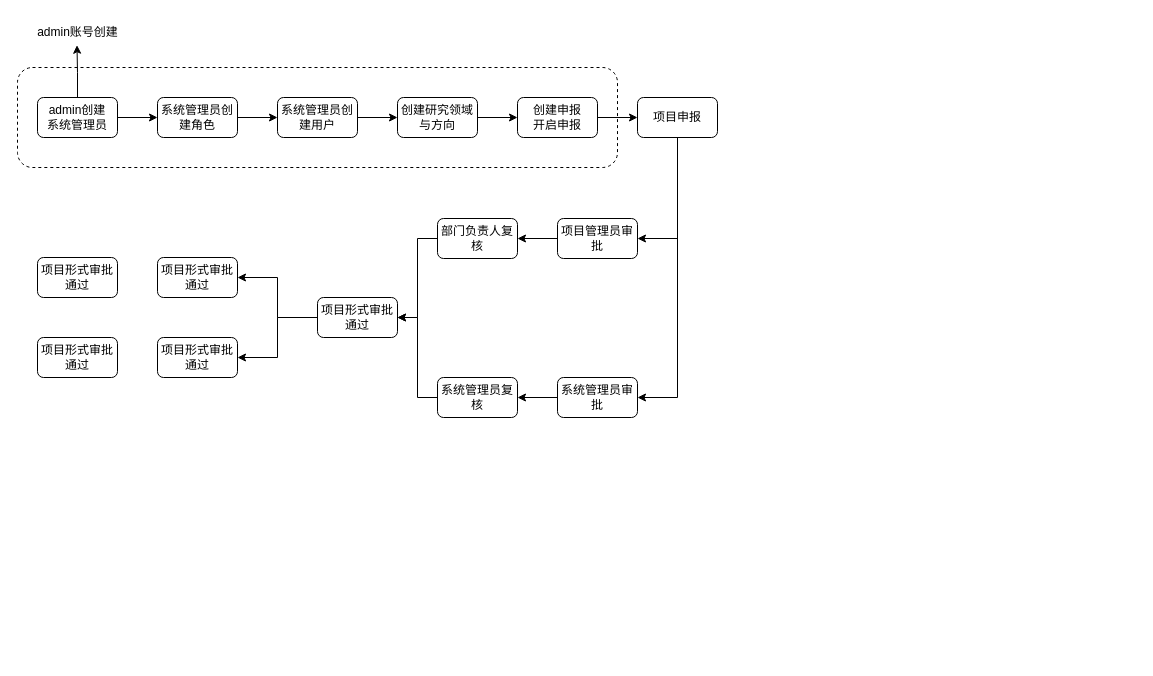
Before: 智慧科研管理平台使用全景图.drawio in xiaosaweige/draw, a draw.io diagram. Source tidied: cells renumbered, new cells numbered last; positions are measured from the earlier drawing's top-left corner, leaving out a move shared by most shapes. Both pictures are drawn from the tidied source at 100%, with x=0, y=0 at pixel (17, 17).
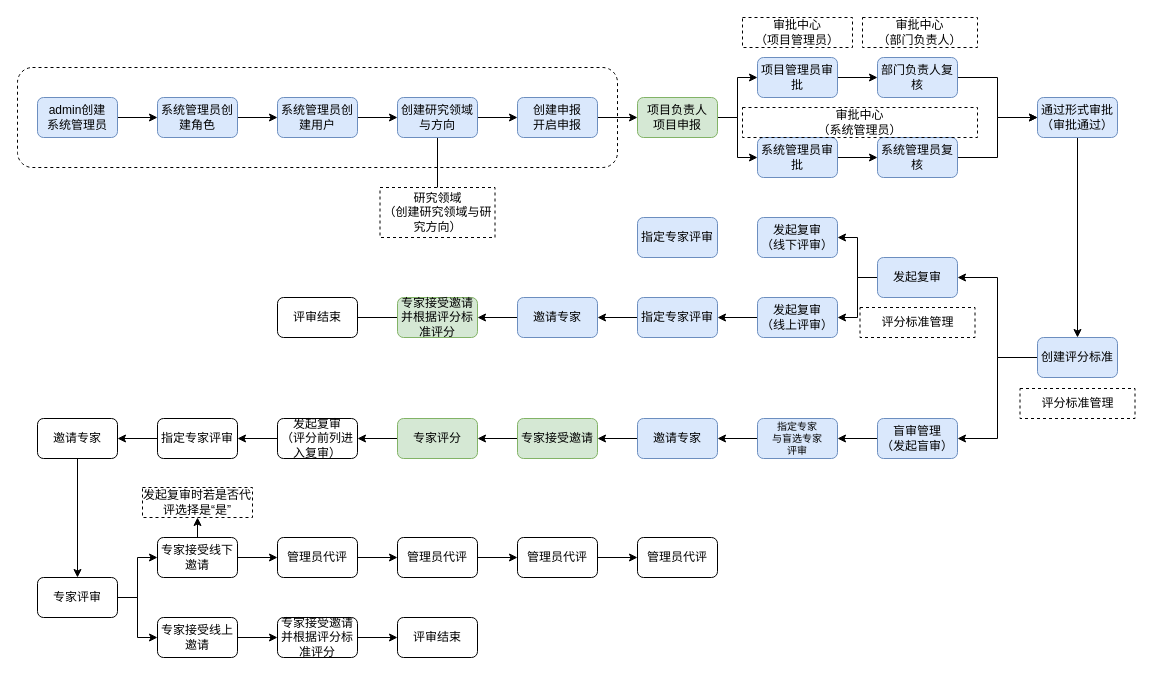
The same page after the edit.

Commit message (it also covers changes not shown here):
更新智慧科研管理平台使用全景图.drawio

Diff of the diagram source:
```diff
@@
-    <mxCell id="4" style="edgeStyle=orthogonalEdgeStyle;rounded=0;jettySize=auto;html=1;exitX=0.5;exitY=0;exitDx=0;exitDy=0;entryX=0.495;entryY=0.924;entryDx=0;entryDy=0;entryPerimeter=0;" parent="1" edge="1" source="5" target="10">
-      <mxGeometry relative="1" as="geometry" />
-    </mxCell>
-    <mxCell id="5" value="admin创建&lt;br&gt;系统管理员" style="rounded=1;whiteSpace=wrap;html=1;" parent="1" vertex="1">
+    <mxCell id="5" value="admin创建&lt;br&gt;系统管理员" style="rounded=1;whiteSpace=wrap;html=1;fillColor=#dae8fc;strokeColor=#6c8ebf;" parent="1" vertex="1">
       <mxGeometry x="20" y="80" width="80" height="40" as="geometry" />
     </mxCell>
@@
-    <mxCell id="7" value="系统管理员创建角色" style="rounded=1;whiteSpace=wrap;html=1;" parent="1" vertex="1">
+    <mxCell id="7" value="系统管理员创建角色" style="rounded=1;whiteSpace=wrap;html=1;fillColor=#dae8fc;strokeColor=#6c8ebf;" parent="1" vertex="1">
       <mxGeometry x="140" y="80" width="80" height="40" as="geometry" />
     </mxCell>
@@
-    <mxCell id="9" value="创建申报&lt;br&gt;开启申报" style="rounded=1;whiteSpace=wrap;html=1;" parent="1" vertex="1">
+    <mxCell id="9" value="创建申报&lt;br&gt;开启申报" style="rounded=1;whiteSpace=wrap;html=1;fillColor=#dae8fc;strokeColor=#6c8ebf;" parent="1" vertex="1">
       <mxGeometry x="500" y="80" width="80" height="40" as="geometry" />
     </mxCell>
-    <mxCell id="10" value="admin账号创建" style="text;html=1;align=center;verticalAlign=middle;points=[];strokeColor=none;fillColor=none;" parent="1" vertex="1">
-      <mxGeometry x="10" width="100" height="30" as="geometry" />
-    </mxCell>
-    <mxCell id="11" style="edgeStyle=orthogonalEdgeStyle;rounded=0;jettySize=auto;html=1;exitX=0.5;exitY=1;exitDx=0;exitDy=0;entryX=1;entryY=0.5;entryDx=0;entryDy=0;" parent="1" edge="1" source="13" target="19">
+    <mxCell id="11" style="edgeStyle=orthogonalEdgeStyle;rounded=0;jettySize=auto;html=1;exitX=1;exitY=0.5;exitDx=0;exitDy=0;entryX=0;entryY=0.5;entryDx=0;entryDy=0;" parent="1" edge="1" source="13" target="19">
       <mxGeometry relative="1" as="geometry" />
     </mxCell>
-    <mxCell id="12" style="edgeStyle=orthogonalEdgeStyle;rounded=0;jettySize=auto;html=1;exitX=0.5;exitY=1;exitDx=0;exitDy=0;entryX=1;entryY=0.5;entryDx=0;entryDy=0;" parent="1" edge="1" source="13" target="30">
+    <mxCell id="12" style="edgeStyle=orthogonalEdgeStyle;rounded=0;jettySize=auto;html=1;exitX=1;exitY=0.5;exitDx=0;exitDy=0;entryX=0;entryY=0.5;entryDx=0;entryDy=0;" parent="1" edge="1" source="13" target="30">
       <mxGeometry relative="1" as="geometry" />
     </mxCell>
-    <mxCell id="13" value="项目申报" style="rounded=1;whiteSpace=wrap;html=1;" parent="1" vertex="1">
+    <mxCell id="13" value="项目负责人&lt;br&gt;项目申报" style="rounded=1;whiteSpace=wrap;html=1;fillColor=#d5e8d4;strokeColor=#82b366;" parent="1" vertex="1">
       <mxGeometry x="620" y="80" width="80" height="40" as="geometry" />
     </mxCell>
@@
+    <mxCell id="33" style="edgeStyle=orthogonalEdgeStyle;rounded=0;jettySize=auto;html=1;exitX=0.5;exitY=1;exitDx=0;exitDy=0;entryX=0.5;entryY=0;entryDx=0;entryDy=0;endArrow=none;endFill=0;" parent="1" edge="1" source="15" target="87">
+      <mxGeometry relative="1" as="geometry" />
+    </mxCell>
-    <mxCell id="15" value="创建研究领域与方向" style="rounded=1;whiteSpace=wrap;html=1;" parent="1" vertex="1">
+    <mxCell id="15" value="创建研究领域与方向" style="rounded=1;whiteSpace=wrap;html=1;fillColor=#dae8fc;strokeColor=#6c8ebf;" parent="1" vertex="1">
       <mxGeometry x="380" y="80" width="80" height="40" as="geometry" />
     </mxCell>
@@
-    <mxCell id="17" value="系统管理员创建用户" style="rounded=1;whiteSpace=wrap;html=1;" parent="1" vertex="1">
+    <mxCell id="17" value="系统管理员创建用户" style="rounded=1;whiteSpace=wrap;html=1;fillColor=#dae8fc;strokeColor=#6c8ebf;" parent="1" vertex="1">
       <mxGeometry x="260" y="80" width="80" height="40" as="geometry" />
     </mxCell>
-    <mxCell id="18" style="edgeStyle=orthogonalEdgeStyle;rounded=0;jettySize=auto;html=1;exitX=0;exitY=0.5;exitDx=0;exitDy=0;entryX=1;entryY=0.5;entryDx=0;entryDy=0;" parent="1" edge="1" source="19" target="21">
+    <mxCell id="18" style="edgeStyle=orthogonalEdgeStyle;rounded=0;jettySize=auto;html=1;exitX=1;exitY=0.5;exitDx=0;exitDy=0;" parent="1" edge="1" source="19" target="21">
       <mxGeometry relative="1" as="geometry" />
     </mxCell>
-    <mxCell id="19" value="项目管理员审批" style="rounded=1;whiteSpace=wrap;html=1;" parent="1" vertex="1">
-      <mxGeometry x="540" y="201" width="80" height="40" as="geometry" />
+    <mxCell id="19" value="项目管理员审批" style="rounded=1;whiteSpace=wrap;html=1;fillColor=#dae8fc;strokeColor=#6c8ebf;" parent="1" vertex="1">
+      <mxGeometry x="740" y="40" width="80" height="40" as="geometry" />
     </mxCell>
-    <mxCell id="20" style="edgeStyle=orthogonalEdgeStyle;rounded=0;jettySize=auto;html=1;exitX=0;exitY=0.5;exitDx=0;exitDy=0;entryX=1;entryY=0.5;entryDx=0;entryDy=0;" parent="1" edge="1" source="21" target="24">
+    <mxCell id="20" style="edgeStyle=orthogonalEdgeStyle;rounded=0;jettySize=auto;html=1;exitX=1;exitY=0.5;exitDx=0;exitDy=0;entryX=0;entryY=0.5;entryDx=0;entryDy=0;" parent="1" edge="1" source="21" target="24">
       <mxGeometry relative="1" as="geometry" />
     </mxCell>
-    <mxCell id="21" value="部门负责人复核" style="rounded=1;whiteSpace=wrap;html=1;" parent="1" vertex="1">
-      <mxGeometry x="420" y="201" width="80" height="40" as="geometry" />
+    <mxCell id="21" value="部门负责人复核" style="rounded=1;whiteSpace=wrap;html=1;fillColor=#dae8fc;strokeColor=#6c8ebf;" parent="1" vertex="1">
+      <mxGeometry x="860" y="40" width="80" height="40" as="geometry" />
     </mxCell>
-    <mxCell id="22" style="edgeStyle=orthogonalEdgeStyle;rounded=0;jettySize=auto;html=1;exitX=0;exitY=0.5;exitDx=0;exitDy=0;entryX=1;entryY=0.5;entryDx=0;entryDy=0;" parent="1" edge="1" source="24" target="25">
+    <mxCell id="22" style="edgeStyle=orthogonalEdgeStyle;rounded=0;jettySize=auto;html=1;exitX=0.5;exitY=1;exitDx=0;exitDy=0;" parent="1" edge="1" source="24" target="25">
       <mxGeometry relative="1" as="geometry" />
     </mxCell>
-    <mxCell id="23" style="edgeStyle=orthogonalEdgeStyle;rounded=0;jettySize=auto;html=1;exitX=0;exitY=0.5;exitDx=0;exitDy=0;entryX=1;entryY=0.5;entryDx=0;entryDy=0;" parent="1" edge="1" source="24" target="26">
-      <mxGeometry relative="1" as="geometry" />
-    </mxCell>
-    <mxCell id="24" value="项目形式审批通过" style="rounded=1;whiteSpace=wrap;html=1;" parent="1" vertex="1">
-      <mxGeometry x="300" y="280" width="80" height="40" as="geometry" />
+    <mxCell id="24" value="通过形式审批&lt;br&gt;（审批通过）" style="rounded=1;whiteSpace=wrap;html=1;fillColor=#dae8fc;strokeColor=#6c8ebf;" parent="1" vertex="1">
+      <mxGeometry x="1020" y="80" width="80" height="40" as="geometry" />
     </mxCell>
+    <mxCell id="34" style="edgeStyle=orthogonalEdgeStyle;rounded=0;jettySize=auto;html=1;exitX=0;exitY=0.5;exitDx=0;exitDy=0;entryX=1;entryY=0.5;entryDx=0;entryDy=0;" parent="1" edge="1" source="25" target="53">
+      <mxGeometry relative="1" as="geometry" />
+    </mxCell>
+    <mxCell id="35" style="edgeStyle=orthogonalEdgeStyle;rounded=0;jettySize=auto;html=1;exitX=0;exitY=0.5;exitDx=0;exitDy=0;entryX=1;entryY=0.5;entryDx=0;entryDy=0;" parent="1" edge="1" source="25" target="28">
+      <mxGeometry relative="1" as="geometry" />
+    </mxCell>
-    <mxCell id="25" value="项目形式审批通过" style="rounded=1;whiteSpace=wrap;html=1;" parent="1" vertex="1">
-      <mxGeometry x="140" y="240" width="80" height="40" as="geometry" />
+    <mxCell id="25" value="创建评分标准" style="rounded=1;whiteSpace=wrap;html=1;fillColor=#dae8fc;strokeColor=#6c8ebf;" parent="1" vertex="1">
+      <mxGeometry x="1020" y="320" width="80" height="40" as="geometry" />
     </mxCell>
+    <mxCell id="36" style="edgeStyle=orthogonalEdgeStyle;rounded=0;jettySize=auto;html=1;exitX=0;exitY=0.5;exitDx=0;exitDy=0;entryX=1;entryY=0.5;entryDx=0;entryDy=0;" parent="1" edge="1" source="26" target="42">
+      <mxGeometry relative="1" as="geometry" />
+    </mxCell>
-    <mxCell id="26" value="项目形式审批通过" style="rounded=1;whiteSpace=wrap;html=1;" parent="1" vertex="1">
-      <mxGeometry x="140" y="320" width="80" height="40" as="geometry" />
+    <mxCell id="26" value="指定专家评审" style="rounded=1;whiteSpace=wrap;html=1;fillColor=#dae8fc;strokeColor=#6c8ebf;" parent="1" vertex="1">
+      <mxGeometry x="620" y="280" width="80" height="40" as="geometry" />
     </mxCell>
+    <mxCell id="37" style="edgeStyle=orthogonalEdgeStyle;rounded=0;jettySize=auto;html=1;exitX=0;exitY=0.5;exitDx=0;exitDy=0;entryX=1;entryY=0.5;entryDx=0;entryDy=0;" parent="1" edge="1" source="27" target="26">
+      <mxGeometry relative="1" as="geometry" />
+    </mxCell>
-    <mxCell id="27" value="项目形式审批通过" style="rounded=1;whiteSpace=wrap;html=1;" parent="1" vertex="1">
-      <mxGeometry x="20" y="240" width="80" height="40" as="geometry" />
+    <mxCell id="27" value="发起复审&lt;br&gt;（线上评审）" style="rounded=1;whiteSpace=wrap;html=1;fillColor=#dae8fc;strokeColor=#6c8ebf;" parent="1" vertex="1">
+      <mxGeometry x="740" y="280" width="80" height="40" as="geometry" />
     </mxCell>
+    <mxCell id="38" style="edgeStyle=orthogonalEdgeStyle;rounded=0;jettySize=auto;html=1;exitX=0;exitY=0.5;exitDx=0;exitDy=0;entryX=1;entryY=0.5;entryDx=0;entryDy=0;" parent="1" edge="1" source="28" target="40">
+      <mxGeometry relative="1" as="geometry" />
+    </mxCell>
-    <mxCell id="28" value="项目形式审批通过" style="rounded=1;whiteSpace=wrap;html=1;" parent="1" vertex="1">
-      <mxGeometry x="20" y="320" width="80" height="40" as="geometry" />
+    <mxCell id="28" value="盲审管理&lt;br&gt;（发起盲审）" style="rounded=1;whiteSpace=wrap;html=1;fillColor=#dae8fc;strokeColor=#6c8ebf;" parent="1" vertex="1">
+      <mxGeometry x="860" y="401" width="80" height="40" as="geometry" />
     </mxCell>
-    <mxCell id="29" style="edgeStyle=orthogonalEdgeStyle;rounded=0;jettySize=auto;html=1;exitX=0;exitY=0.5;exitDx=0;exitDy=0;entryX=1;entryY=0.5;entryDx=0;entryDy=0;" parent="1" edge="1" source="30" target="32">
+    <mxCell id="29" style="edgeStyle=orthogonalEdgeStyle;rounded=0;jettySize=auto;html=1;exitX=1;exitY=0.5;exitDx=0;exitDy=0;entryX=0;entryY=0.5;entryDx=0;entryDy=0;" parent="1" edge="1" source="30" target="32">
       <mxGeometry relative="1" as="geometry" />
     </mxCell>
-    <mxCell id="30" value="系统管理员审批" style="rounded=1;whiteSpace=wrap;html=1;" parent="1" vertex="1">
-      <mxGeometry x="540" y="360" width="80" height="40" as="geometry" />
+    <mxCell id="30" value="系统管理员审批" style="rounded=1;whiteSpace=wrap;html=1;fillColor=#dae8fc;strokeColor=#6c8ebf;" parent="1" vertex="1">
+      <mxGeometry x="740" y="120" width="80" height="40" as="geometry" />
     </mxCell>
-    <mxCell id="31" style="edgeStyle=orthogonalEdgeStyle;rounded=0;jettySize=auto;html=1;exitX=0;exitY=0.5;exitDx=0;exitDy=0;entryX=1;entryY=0.5;entryDx=0;entryDy=0;" parent="1" edge="1" source="32" target="24">
+    <mxCell id="31" style="edgeStyle=orthogonalEdgeStyle;rounded=0;jettySize=auto;html=1;exitX=1;exitY=0.5;exitDx=0;exitDy=0;entryX=0;entryY=0.5;entryDx=0;entryDy=0;" parent="1" edge="1" source="32" target="24">
       <mxGeometry relative="1" as="geometry" />
     </mxCell>
-    <mxCell id="32" value="系统管理员复核" style="rounded=1;whiteSpace=wrap;html=1;" parent="1" vertex="1">
-      <mxGeometry x="420" y="360" width="80" height="40" as="geometry" />
+    <mxCell id="32" value="系统管理员复核" style="rounded=1;whiteSpace=wrap;html=1;fillColor=#dae8fc;strokeColor=#6c8ebf;" parent="1" vertex="1">
+      <mxGeometry x="860" y="120" width="80" height="40" as="geometry" />
     </mxCell>
+    <mxCell id="39" style="edgeStyle=orthogonalEdgeStyle;rounded=0;jettySize=auto;html=1;exitX=0;exitY=0.5;exitDx=0;exitDy=0;entryX=1;entryY=0.5;entryDx=0;entryDy=0;" parent="1" edge="1" source="40" target="44">
+      <mxGeometry relative="1" as="geometry" />
+    </mxCell>
+    <mxCell id="40" value="指定专家&lt;br style=&quot;font-size: 10px;&quot;&gt;与盲选专家&lt;br style=&quot;font-size: 10px;&quot;&gt;评审" style="rounded=1;whiteSpace=wrap;html=1;fontSize=10;fillColor=#dae8fc;strokeColor=#6c8ebf;" parent="1" vertex="1">
+      <mxGeometry x="740" y="401" width="80" height="40" as="geometry" />
+    </mxCell>
+    <mxCell id="41" style="edgeStyle=orthogonalEdgeStyle;rounded=0;jettySize=auto;html=1;exitX=0;exitY=0.5;exitDx=0;exitDy=0;entryX=1;entryY=0.5;entryDx=0;entryDy=0;" parent="1" edge="1" source="42" target="46">
+      <mxGeometry relative="1" as="geometry" />
+    </mxCell>
+    <mxCell id="42" value="邀请专家" style="rounded=1;whiteSpace=wrap;html=1;fillColor=#dae8fc;strokeColor=#6c8ebf;" parent="1" vertex="1">
+      <mxGeometry x="500" y="280" width="80" height="40" as="geometry" />
+    </mxCell>
+    <mxCell id="43" style="edgeStyle=orthogonalEdgeStyle;rounded=0;jettySize=auto;html=1;exitX=0;exitY=0.5;exitDx=0;exitDy=0;entryX=1;entryY=0.5;entryDx=0;entryDy=0;" parent="1" edge="1" source="44" target="48">
+      <mxGeometry relative="1" as="geometry" />
+    </mxCell>
+    <mxCell id="44" value="邀请专家" style="rounded=1;whiteSpace=wrap;html=1;fillColor=#dae8fc;strokeColor=#6c8ebf;" parent="1" vertex="1">
+      <mxGeometry x="620" y="401" width="80" height="40" as="geometry" />
+    </mxCell>
+    <mxCell id="45" style="edgeStyle=orthogonalEdgeStyle;rounded=0;jettySize=auto;html=1;exitX=0;exitY=0.5;exitDx=0;exitDy=0;entryX=1;entryY=0.5;entryDx=0;entryDy=0;" parent="1" edge="1" source="46">
+      <mxGeometry relative="1" as="geometry">
+        <mxPoint x="300" y="300" as="targetPoint" />
+      </mxGeometry>
+    </mxCell>
+    <mxCell id="46" value="专家接受邀请并根据评分标准评分" style="rounded=1;whiteSpace=wrap;html=1;strokeColor=#82b366;fillColor=#d5e8d4;" parent="1" vertex="1">
+      <mxGeometry x="380" y="280" width="80" height="40" as="geometry" />
+    </mxCell>
+    <mxCell id="47" style="edgeStyle=orthogonalEdgeStyle;rounded=0;jettySize=auto;html=1;exitX=0;exitY=0.5;exitDx=0;exitDy=0;" parent="1" edge="1" source="48" target="56">
+      <mxGeometry relative="1" as="geometry" />
+    </mxCell>
+    <mxCell id="48" value="专家接受邀请" style="rounded=1;whiteSpace=wrap;html=1;strokeColor=#82b366;fillColor=#d5e8d4;" parent="1" vertex="1">
+      <mxGeometry x="500" y="401" width="80" height="40" as="geometry" />
+    </mxCell>
+    <mxCell id="49" value="评审结束" style="rounded=1;whiteSpace=wrap;html=1;" parent="1" vertex="1">
+      <mxGeometry x="260" y="280" width="80" height="40" as="geometry" />
+    </mxCell>
+    <mxCell id="50" value="发起复审&lt;br&gt;（线下评审）" style="rounded=1;whiteSpace=wrap;html=1;fillColor=#dae8fc;strokeColor=#6c8ebf;" parent="1" vertex="1">
+      <mxGeometry x="740" y="200" width="80" height="40" as="geometry" />
+    </mxCell>
+    <mxCell id="51" style="edgeStyle=orthogonalEdgeStyle;rounded=0;jettySize=auto;html=1;exitX=0;exitY=0.5;exitDx=0;exitDy=0;entryX=1;entryY=0.5;entryDx=0;entryDy=0;" parent="1" edge="1" source="53" target="27">
+      <mxGeometry relative="1" as="geometry" />
+    </mxCell>
+    <mxCell id="52" style="edgeStyle=orthogonalEdgeStyle;rounded=0;jettySize=auto;html=1;exitX=0;exitY=0.5;exitDx=0;exitDy=0;entryX=1;entryY=0.5;entryDx=0;entryDy=0;" parent="1" edge="1" source="53" target="50">
+      <mxGeometry relative="1" as="geometry" />
+    </mxCell>
+    <mxCell id="53" value="发起复审" style="rounded=1;whiteSpace=wrap;html=1;fillColor=#dae8fc;strokeColor=#6c8ebf;" parent="1" vertex="1">
+      <mxGeometry x="860" y="240" width="80" height="40" as="geometry" />
+    </mxCell>
+    <mxCell id="54" value="指定专家评审" style="rounded=1;whiteSpace=wrap;html=1;fillColor=#dae8fc;strokeColor=#6c8ebf;" parent="1" vertex="1">
+      <mxGeometry x="620" y="200" width="80" height="40" as="geometry" />
+    </mxCell>
+    <mxCell id="55" style="edgeStyle=orthogonalEdgeStyle;rounded=0;jettySize=auto;html=1;exitX=0;exitY=0.5;exitDx=0;exitDy=0;entryX=1;entryY=0.5;entryDx=0;entryDy=0;" parent="1" edge="1" source="56" target="58">
+      <mxGeometry relative="1" as="geometry" />
+    </mxCell>
+    <mxCell id="56" value="专家评分" style="rounded=1;whiteSpace=wrap;html=1;strokeColor=#82b366;fillColor=#d5e8d4;" parent="1" vertex="1">
+      <mxGeometry x="380" y="401" width="80" height="40" as="geometry" />
+    </mxCell>
+    <mxCell id="57" style="edgeStyle=orthogonalEdgeStyle;rounded=0;jettySize=auto;html=1;exitX=0;exitY=0.5;exitDx=0;exitDy=0;entryX=1;entryY=0.5;entryDx=0;entryDy=0;" parent="1" edge="1" source="58" target="60">
+      <mxGeometry relative="1" as="geometry" />
+    </mxCell>
+    <mxCell id="58" value="发起复审&lt;br&gt;（评分前列进入复审）" style="rounded=1;whiteSpace=wrap;html=1;" parent="1" vertex="1">
+      <mxGeometry x="260" y="401" width="80" height="40" as="geometry" />
+    </mxCell>
+    <mxCell id="59" style="edgeStyle=orthogonalEdgeStyle;rounded=0;jettySize=auto;html=1;exitX=0;exitY=0.5;exitDx=0;exitDy=0;entryX=1;entryY=0.5;entryDx=0;entryDy=0;" parent="1" edge="1" source="60" target="69">
+      <mxGeometry relative="1" as="geometry" />
+    </mxCell>
+    <mxCell id="60" value="指定专家评审" style="rounded=1;whiteSpace=wrap;html=1;" parent="1" vertex="1">
+      <mxGeometry x="140" y="401" width="80" height="40" as="geometry" />
+    </mxCell>
+    <mxCell id="61" style="edgeStyle=orthogonalEdgeStyle;rounded=0;jettySize=auto;html=1;exitX=1;exitY=0.5;exitDx=0;exitDy=0;" parent="1" edge="1" source="62" target="78">
+      <mxGeometry relative="1" as="geometry" />
+    </mxCell>
+    <mxCell id="62" value="管理员代评" style="rounded=1;whiteSpace=wrap;html=1;" parent="1" vertex="1">
+      <mxGeometry x="260" y="520" width="80" height="40" as="geometry" />
+    </mxCell>
+    <mxCell id="63" style="edgeStyle=orthogonalEdgeStyle;rounded=0;jettySize=auto;html=1;exitX=1;exitY=0.5;exitDx=0;exitDy=0;entryX=0;entryY=0.5;entryDx=0;entryDy=0;" parent="1" edge="1" source="65" target="72">
+      <mxGeometry relative="1" as="geometry" />
+    </mxCell>
+    <mxCell id="64" style="edgeStyle=orthogonalEdgeStyle;rounded=0;jettySize=auto;html=1;exitX=1;exitY=0.5;exitDx=0;exitDy=0;entryX=0;entryY=0.5;entryDx=0;entryDy=0;" parent="1" edge="1" source="65" target="67">
+      <mxGeometry relative="1" as="geometry" />
+    </mxCell>
+    <mxCell id="65" value="专家评审" style="rounded=1;whiteSpace=wrap;html=1;" parent="1" vertex="1">
+      <mxGeometry x="20" y="560" width="80" height="40" as="geometry" />
+    </mxCell>
+    <mxCell id="66" style="edgeStyle=orthogonalEdgeStyle;rounded=0;jettySize=auto;html=1;exitX=1;exitY=0.5;exitDx=0;exitDy=0;entryX=0;entryY=0.5;entryDx=0;entryDy=0;" parent="1" edge="1" source="67" target="74">
+      <mxGeometry relative="1" as="geometry" />
+    </mxCell>
+    <mxCell id="67" value="专家接受线上邀请" style="rounded=1;whiteSpace=wrap;html=1;" parent="1" vertex="1">
+      <mxGeometry x="140" y="600" width="80" height="40" as="geometry" />
+    </mxCell>
+    <mxCell id="68" style="edgeStyle=orthogonalEdgeStyle;rounded=0;jettySize=auto;html=1;exitX=0.5;exitY=1;exitDx=0;exitDy=0;entryX=0.5;entryY=0;entryDx=0;entryDy=0;" parent="1" edge="1" source="69" target="65">
+      <mxGeometry relative="1" as="geometry" />
+    </mxCell>
+    <mxCell id="69" value="邀请专家" style="rounded=1;whiteSpace=wrap;html=1;" parent="1" vertex="1">
+      <mxGeometry x="20" y="401" width="80" height="40" as="geometry" />
+    </mxCell>
+    <mxCell id="70" style="edgeStyle=orthogonalEdgeStyle;rounded=0;jettySize=auto;html=1;exitX=1;exitY=0.5;exitDx=0;exitDy=0;" parent="1" edge="1" source="72" target="62">
+      <mxGeometry relative="1" as="geometry" />
+    </mxCell>
+    <mxCell id="71" style="edgeStyle=orthogonalEdgeStyle;rounded=0;jettySize=auto;html=1;exitX=0.5;exitY=0;exitDx=0;exitDy=0;entryX=0.5;entryY=1;entryDx=0;entryDy=0;" parent="1" edge="1" source="72" target="75">
+      <mxGeometry relative="1" as="geometry" />
+    </mxCell>
+    <mxCell id="72" value="专家接受线下邀请" style="rounded=1;whiteSpace=wrap;html=1;" parent="1" vertex="1">
+      <mxGeometry x="140" y="520" width="80" height="40" as="geometry" />
+    </mxCell>
+    <mxCell id="73" style="edgeStyle=orthogonalEdgeStyle;rounded=0;jettySize=auto;html=1;exitX=1;exitY=0.5;exitDx=0;exitDy=0;entryX=0;entryY=0.5;entryDx=0;entryDy=0;" parent="1" edge="1" source="74" target="76">
+      <mxGeometry relative="1" as="geometry" />
+    </mxCell>
+    <mxCell id="74" value="专家接受邀请并根据评分标准评分" style="rounded=1;whiteSpace=wrap;html=1;" parent="1" vertex="1">
+      <mxGeometry x="260" y="600" width="80" height="40" as="geometry" />
+    </mxCell>
+    <mxCell id="75" value="发起复审时若是否代评选择是“是”" style="text;html=1;strokeColor=default;fillColor=none;align=center;verticalAlign=middle;whiteSpace=wrap;rounded=0;dashed=1;" parent="1" vertex="1">
+      <mxGeometry x="125" y="470" width="110" height="30" as="geometry" />
+    </mxCell>
+    <mxCell id="76" value="评审结束" style="rounded=1;whiteSpace=wrap;html=1;" parent="1" vertex="1">
+      <mxGeometry x="380" y="600" width="80" height="40" as="geometry" />
+    </mxCell>
+    <mxCell id="77" style="edgeStyle=orthogonalEdgeStyle;rounded=0;jettySize=auto;html=1;exitX=1;exitY=0.5;exitDx=0;exitDy=0;entryX=0;entryY=0.5;entryDx=0;entryDy=0;" parent="1" edge="1" source="78" target="80">
+      <mxGeometry relative="1" as="geometry" />
+    </mxCell>
+    <mxCell id="78" value="管理员代评" style="rounded=1;whiteSpace=wrap;html=1;" parent="1" vertex="1">
+      <mxGeometry x="380" y="520" width="80" height="40" as="geometry" />
+    </mxCell>
+    <mxCell id="79" style="edgeStyle=orthogonalEdgeStyle;rounded=0;jettySize=auto;html=1;exitX=1;exitY=0.5;exitDx=0;exitDy=0;entryX=0;entryY=0.5;entryDx=0;entryDy=0;" parent="1" edge="1" source="80" target="81">
+      <mxGeometry relative="1" as="geometry" />
+    </mxCell>
+    <mxCell id="80" value="管理员代评" style="rounded=1;whiteSpace=wrap;html=1;" parent="1" vertex="1">
+      <mxGeometry x="500" y="520" width="80" height="40" as="geometry" />
+    </mxCell>
+    <mxCell id="81" value="管理员代评" style="rounded=1;whiteSpace=wrap;html=1;" parent="1" vertex="1">
+      <mxGeometry x="620" y="520" width="80" height="40" as="geometry" />
+    </mxCell>
+    <mxCell id="82" value="审批中心&lt;br&gt;（项目管理员）" style="text;html=1;strokeColor=default;fillColor=none;align=center;verticalAlign=middle;whiteSpace=wrap;rounded=0;dashed=1;" parent="1" vertex="1">
+      <mxGeometry x="725" width="110" height="30" as="geometry" />
+    </mxCell>
+    <mxCell id="83" value="审批中心&lt;br&gt;（部门负责人）" style="text;html=1;strokeColor=default;fillColor=none;align=center;verticalAlign=middle;whiteSpace=wrap;rounded=0;dashed=1;" parent="1" vertex="1">
+      <mxGeometry x="845" width="115" height="30" as="geometry" />
+    </mxCell>
+    <mxCell id="84" value="审批中心&lt;br&gt;（系统管理员）" style="text;html=1;strokeColor=default;fillColor=none;align=center;verticalAlign=middle;whiteSpace=wrap;rounded=0;dashed=1;" parent="1" vertex="1">
+      <mxGeometry x="725" y="90" width="235" height="30" as="geometry" />
+    </mxCell>
+    <mxCell id="85" value="评分标准管理" style="text;html=1;strokeColor=default;fillColor=none;align=center;verticalAlign=middle;whiteSpace=wrap;rounded=0;dashed=1;" parent="1" vertex="1">
+      <mxGeometry x="1002.5" y="371" width="115" height="30" as="geometry" />
+    </mxCell>
+    <mxCell id="86" value="评分标准管理" style="text;html=1;strokeColor=default;fillColor=none;align=center;verticalAlign=middle;whiteSpace=wrap;rounded=0;dashed=1;" parent="1" vertex="1">
+      <mxGeometry x="842.5" y="290" width="115" height="30" as="geometry" />
+    </mxCell>
+    <mxCell id="87" value="研究领域&lt;br&gt;（创建研究领域与研究方向）" style="text;html=1;strokeColor=default;fillColor=none;align=center;verticalAlign=middle;whiteSpace=wrap;rounded=0;dashed=1;" parent="1" vertex="1">
+      <mxGeometry x="362.5" y="170" width="115" height="50" as="geometry" />
+    </mxCell>
```
